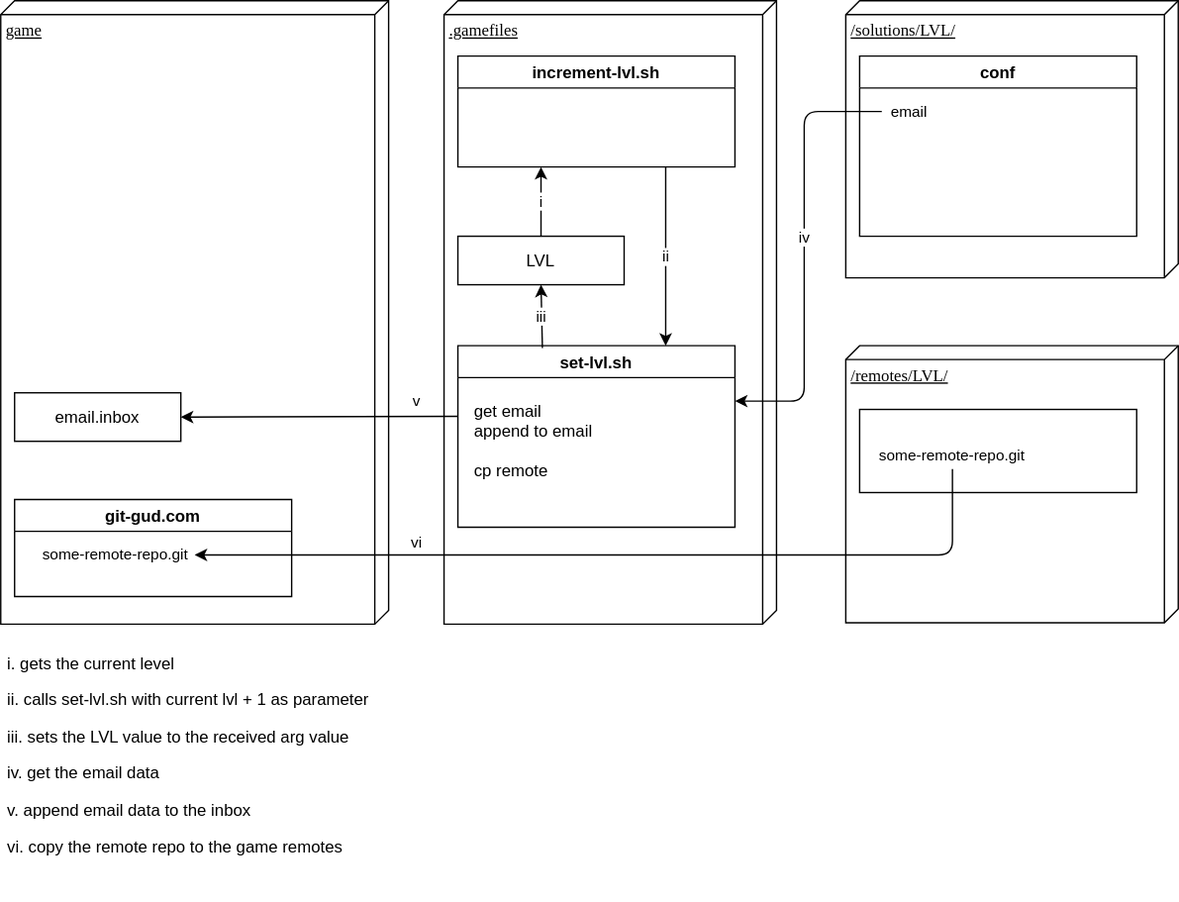
Before: increment-level.svg, a diagram exported from draw.io (ruanha/the-git-gud-game). Source tidied: cells renumbered, new cells last; positions are measured from the earlier drawing's top-left corner, leaving out a move shared by most shapes.
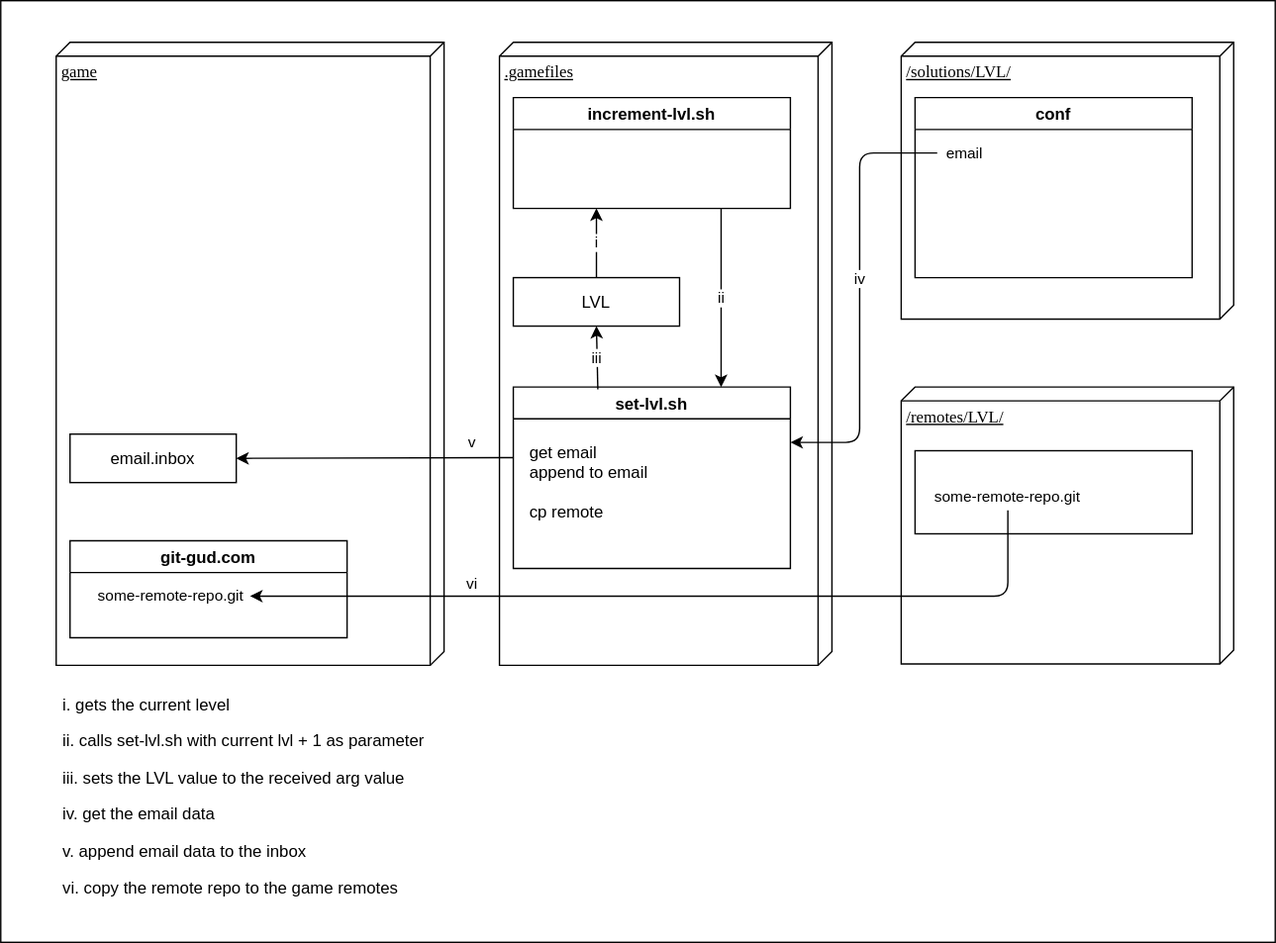
After the change.

Diff of the diagram source:
```diff
@@ -2,6 +2,9 @@
   <root>
     <mxCell id="0" />
     <mxCell id="1" parent="0" />
+    <mxCell id="24" style="rounded=0;whiteSpace=wrap;html=1;" parent="1" vertex="1">
+      <mxGeometry x="-40" y="-30" width="920" height="680" as="geometry" />
+    </mxCell>
     <mxCell id="2" value="game" style="verticalAlign=top;align=left;spacingTop=8;spacingLeft=2;spacingRight=12;shape=cube;size=10;direction=south;fontStyle=4;html=1;rounded=0;shadow=0;comic=0;labelBackgroundColor=none;strokeWidth=1;fontFamily=Verdana;fontSize=12;" parent="1" vertex="1">
       <mxGeometry width="280" height="450" as="geometry" />
     </mxCell>
```
